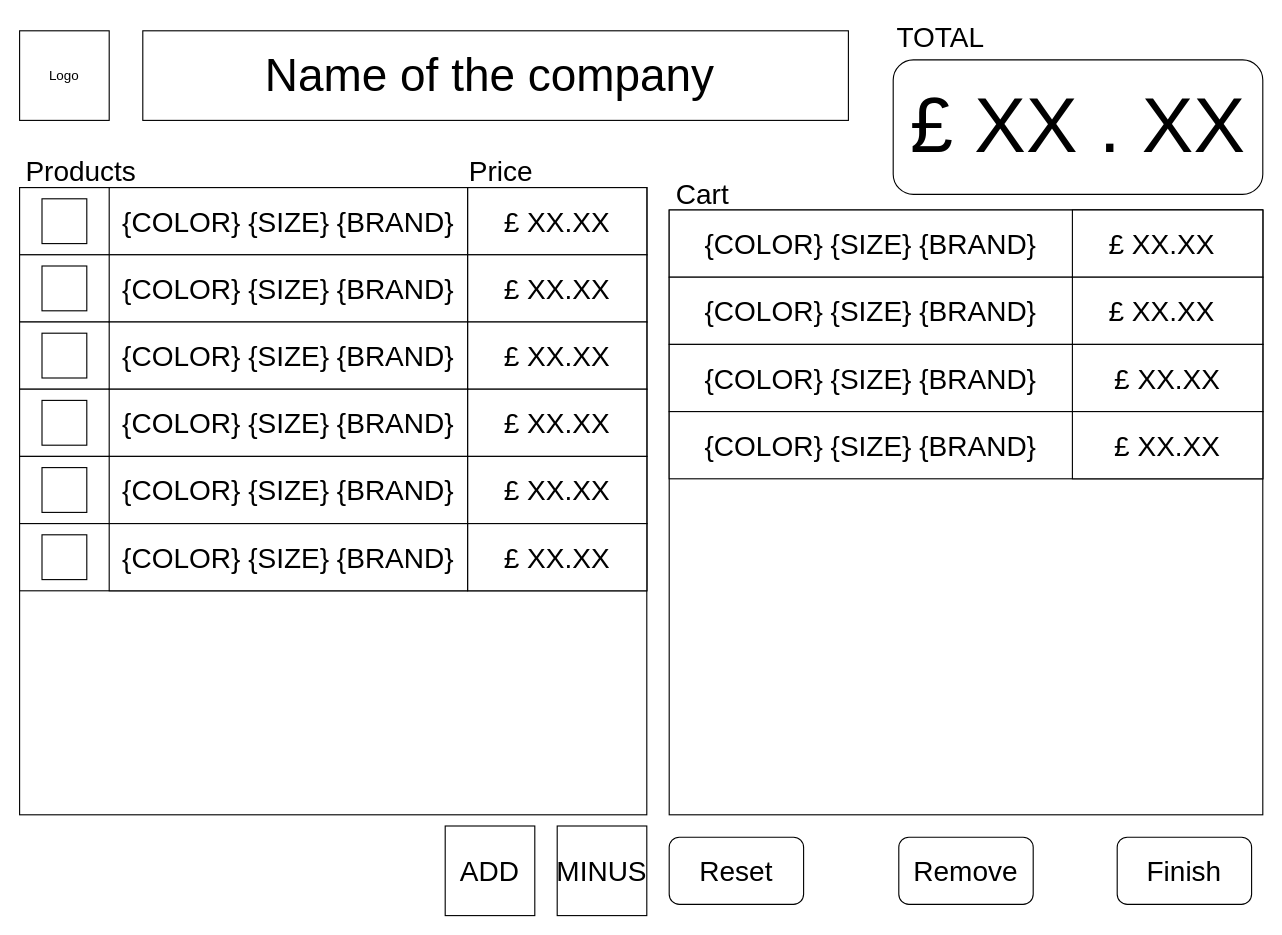
Earlier version of the draw.io diagram SE Product selector.drawio.xml (WillTheDeveloper/drawio). Source tidied: cells renumbered, new cells numbered last; positions are measured from the earlier drawing's top-left corner, leaving out a move shared by most shapes. Both pictures are drawn from the tidied source at 112%, with x=0, y=0 at pixel (19, 19).
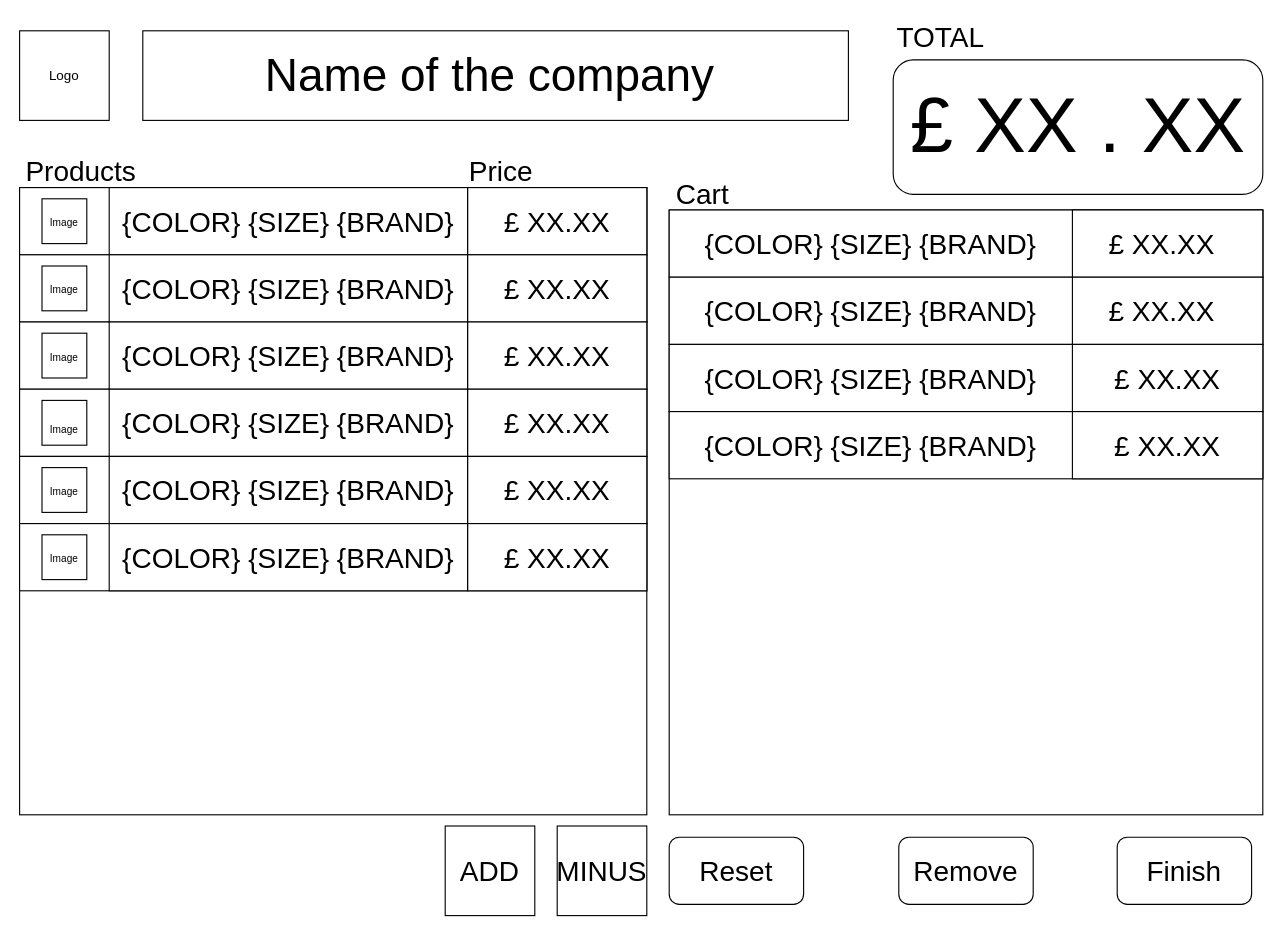
The same page after the edit.

Change to the diagram source:
```diff
@@
+    <mxCell id="76" value="&lt;font style=&quot;font-size: 9px&quot;&gt;Image&lt;/font&gt;" style="text;html=1;strokeColor=none;fillColor=none;align=center;verticalAlign=middle;whiteSpace=wrap;rounded=0;fontSize=25;" parent="1" vertex="1">
+      <mxGeometry x="10" y="160" width="60" height="30" as="geometry" />
+    </mxCell>
+    <mxCell id="77" value="&lt;font style=&quot;font-size: 9px&quot;&gt;Image&lt;/font&gt;" style="text;html=1;strokeColor=none;fillColor=none;align=center;verticalAlign=middle;whiteSpace=wrap;rounded=0;fontSize=25;" parent="1" vertex="1">
+      <mxGeometry x="10" y="220" width="60" height="30" as="geometry" />
+    </mxCell>
+    <mxCell id="78" value="&lt;font style=&quot;font-size: 9px&quot;&gt;Image&lt;/font&gt;" style="text;html=1;strokeColor=none;fillColor=none;align=center;verticalAlign=middle;whiteSpace=wrap;rounded=0;fontSize=25;" parent="1" vertex="1">
+      <mxGeometry x="10" y="280" width="60" height="30" as="geometry" />
+    </mxCell>
+    <mxCell id="79" value="&lt;font style=&quot;font-size: 9px&quot;&gt;Image&lt;/font&gt;" style="text;html=1;strokeColor=none;fillColor=none;align=center;verticalAlign=middle;whiteSpace=wrap;rounded=0;fontSize=25;" parent="1" vertex="1">
+      <mxGeometry x="10" y="345" width="60" height="30" as="geometry" />
+    </mxCell>
+    <mxCell id="80" value="&lt;font style=&quot;font-size: 9px&quot;&gt;Image&lt;/font&gt;" style="text;html=1;strokeColor=none;fillColor=none;align=center;verticalAlign=middle;whiteSpace=wrap;rounded=0;fontSize=25;" parent="1" vertex="1">
+      <mxGeometry x="10" y="400" width="60" height="30" as="geometry" />
+    </mxCell>
+    <mxCell id="81" value="&lt;font style=&quot;font-size: 9px&quot;&gt;Image&lt;/font&gt;" style="text;html=1;strokeColor=none;fillColor=none;align=center;verticalAlign=middle;whiteSpace=wrap;rounded=0;fontSize=25;" parent="1" vertex="1">
+      <mxGeometry x="10" y="460" width="60" height="30" as="geometry" />
+    </mxCell>
```
